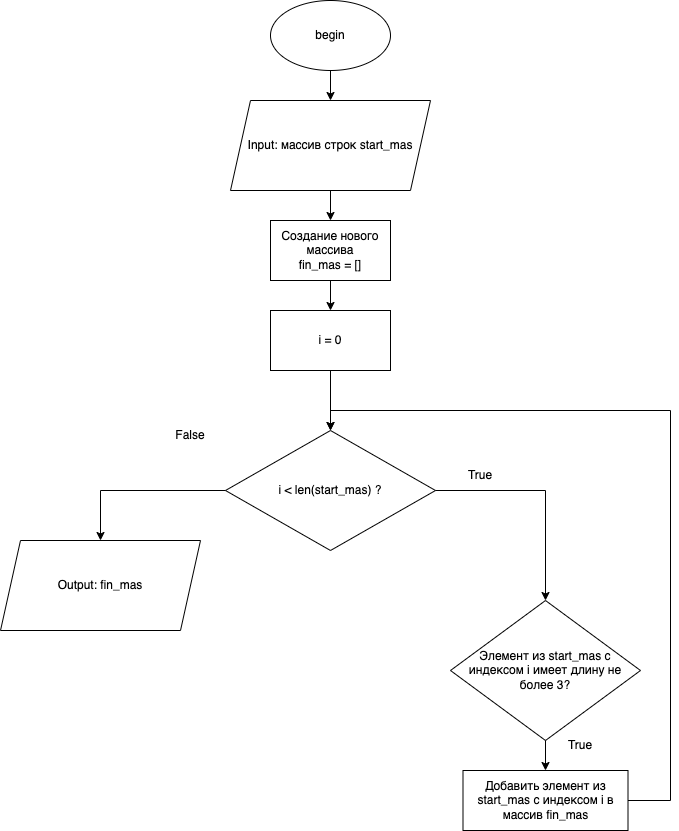
irmarigold/ExamProject1 keeps this draw.io diagram as ExamProject1.drawio.png. Above is the earlier version. Source tidied: cells renumbered, new cells last; positions are measured from the earlier drawing's top-left corner, leaving out a move shared by most shapes.
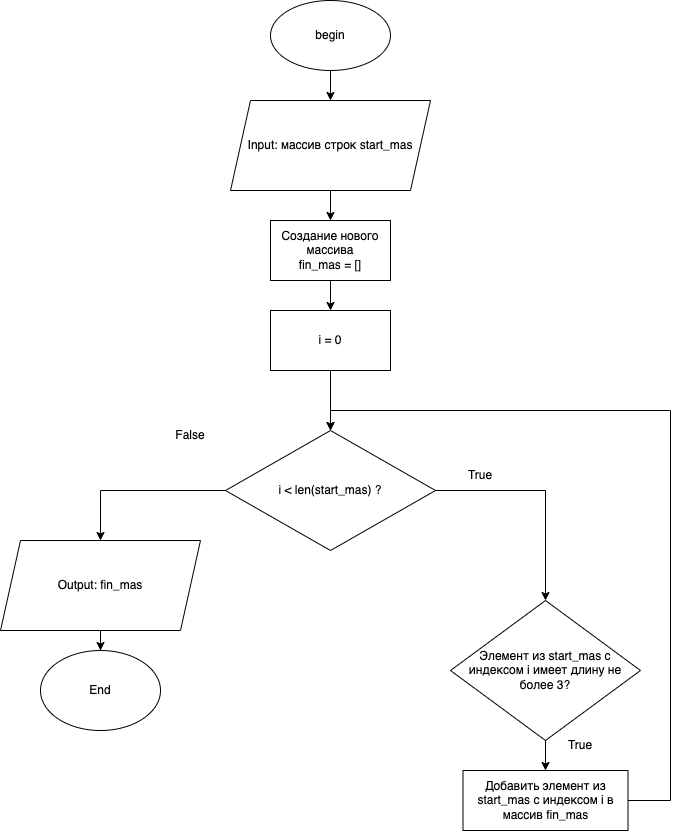
The same file after the commit.

Commit message:
Добавлен блок End в диаграмму

The edit, as a diff of the source:
```diff
@@ -29,6 +29,9 @@
     <mxCell id="10" value="i = 0" style="rounded=0;whiteSpace=wrap;html=1;" parent="1" vertex="1">
       <mxGeometry x="270" y="310" width="120" height="60" as="geometry" />
     </mxCell>
+    <mxCell id="25" style="edgeStyle=orthogonalEdgeStyle;rounded=0;jettySize=auto;html=1;" parent="1" edge="1" source="11" target="26">
+      <mxGeometry relative="1" as="geometry" />
+    </mxCell>
     <mxCell id="11" value="Output: fin_mas" style="shape=parallelogram;perimeter=parallelogramPerimeter;whiteSpace=wrap;html=1;fixedSize=1;" parent="1" vertex="1">
       <mxGeometry y="540" width="200" height="90" as="geometry" />
     </mxCell>
@@ -77,5 +80,8 @@
     <mxCell id="24" value="True" style="text;html=1;strokeColor=none;fillColor=none;align=center;verticalAlign=middle;whiteSpace=wrap;rounded=0;" parent="22" vertex="1">
       <mxGeometry width="60" height="30" as="geometry" />
     </mxCell>
+    <mxCell id="26" value="End" style="ellipse;whiteSpace=wrap;html=1;" parent="1" vertex="1">
+      <mxGeometry x="40" y="650" width="120" height="80" as="geometry" />
+    </mxCell>
   </root>
 </mxGraphModel>
```
